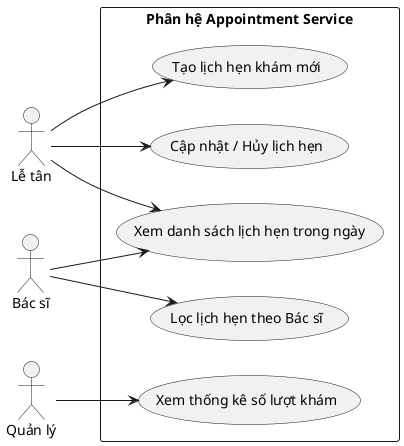
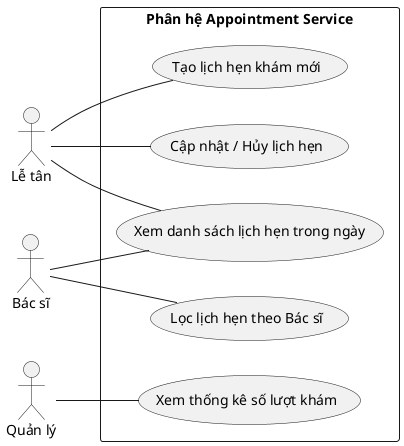
@startuml
left to right direction
skinparam packageStyle rectangle

actor "Lễ tân" as rcpt
actor "Bác sĩ" as doc
actor "Quản lý" as admin

package "Phân hệ Appointment Service" {
  usecase "Tạo lịch hẹn khám mới" as UC_CreateAppt
  usecase "Cập nhật / Hủy lịch hẹn" as UC_UpdateAppt

  usecase "Xem danh sách lịch hẹn trong ngày" as UC_ViewList
  usecase "Lọc lịch hẹn theo Bác sĩ" as UC_FilterList

  usecase "Xem thống kê số lượt khám" as UC_Report
}

' Lễ tân có thể bao lô việc đặt lịch
- rcpt --> UC_CreateAppt
- rcpt --> UC_UpdateAppt
- rcpt --> UC_ViewList
+ rcpt -- UC_CreateAppt
+ rcpt -- UC_UpdateAppt
+ rcpt -- UC_ViewList

' Bác sĩ chỉ xem lịch của mình
- doc --> UC_ViewList
- doc --> UC_FilterList
+ doc -- UC_ViewList
+ doc -- UC_FilterList

' Admin vào xem báo cáo tổng
- admin --> UC_Report
+ admin -- UC_Report
@enduml